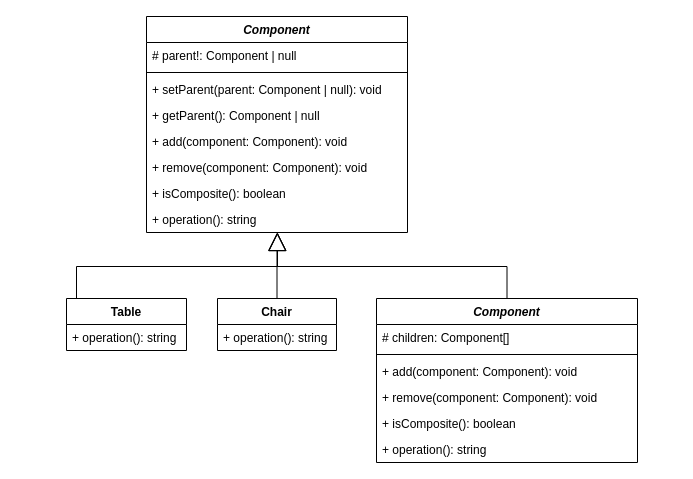
This is Patterns/Structural patterns/Composite/composite.drawio from MaksimPyatak/TS, a draw.io file, before an edit. Source tidied: cells renumbered, new cells numbered last; positions are measured from the earlier drawing's top-left corner, leaving out a move shared by most shapes. Both pictures are drawn from the tidied source at 100%, with x=0, y=0 at pixel (66, 16).
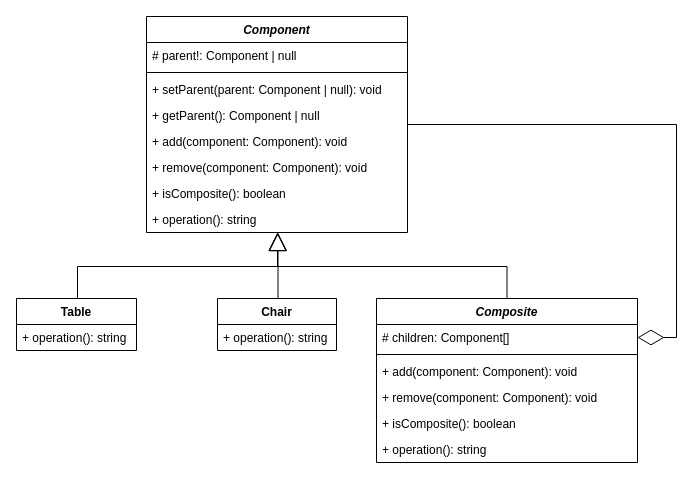
The same diagram, later.

The change refers to these unchanged cells:
```xml
<mxCell id="3" value="Component" style="swimlane;fontStyle=3;align=center;verticalAlign=top;horizontal=1;startSize=26;" parent="1" vertex="1">
  <mxGeometry x="80" width="261" height="216" as="geometry" />
</mxCell>
<mxCell id="14" value="Chair" style="swimlane;fontStyle=1;align=center;verticalAlign=top;horizontal=1;startSize=26;" parent="1" vertex="1">
  <mxGeometry x="151" y="282" width="119" height="52" as="geometry" />
</mxCell>
<mxCell id="17" value="# children: Component[]" style="text;strokeColor=none;fillColor=none;align=left;verticalAlign=top;spacingLeft=4;spacingRight=4;overflow=hidden;points=[[0,0.5],[1,0.5]];portConstraint=eastwest;" parent="16" vertex="1">
  <mxGeometry y="26" width="261" height="26" as="geometry" />
</mxCell>
```

What changed in the source:
```diff
@@
     <mxCell id="12" value="Table" style="swimlane;fontStyle=1;align=center;verticalAlign=top;horizontal=1;startSize=26;" parent="1" vertex="1">
-      <mxGeometry y="282" width="120" height="52" as="geometry" />
+      <mxGeometry x="-50" y="282" width="120" height="52" as="geometry" />
     </mxCell>
@@
-    <mxCell id="16" value="Component" style="swimlane;fontStyle=3;align=center;verticalAlign=top;horizontal=1;startSize=26;" parent="1" vertex="1">
+    <mxCell id="16" value="Composite" style="swimlane;fontStyle=3;align=center;verticalAlign=top;horizontal=1;startSize=26;" parent="1" vertex="1">
       <mxGeometry x="310" y="282" width="261" height="164" as="geometry" />
     </mxCell>
@@
-    <mxCell id="23" style="edgeStyle=orthogonalEdgeStyle;rounded=0;jettySize=auto;html=1;endArrow=block;endFill=0;endSize=16;" parent="1" edge="1" source="14" target="3">
-      <mxGeometry relative="1" as="geometry" />
+    <mxCell id="23" style="edgeStyle=orthogonalEdgeStyle;rounded=0;orthogonalLoop=1;jettySize=auto;html=1;endArrow=block;endFill=0;endSize=16;" parent="1" edge="1">
+      <mxGeometry relative="1" as="geometry">
+        <mxPoint x="211.5" y="282" as="sourcePoint" />
+        <mxPoint x="211.5" y="216" as="targetPoint" />
+      </mxGeometry>
     </mxCell>
-    <mxCell id="24" style="edgeStyle=orthogonalEdgeStyle;rounded=0;jettySize=auto;html=1;endArrow=block;endFill=0;endSize=16;" parent="1" edge="1" source="12" target="3">
+    <mxCell id="24" style="edgeStyle=orthogonalEdgeStyle;rounded=0;orthogonalLoop=1;jettySize=auto;html=1;endArrow=block;endFill=0;endSize=16;" parent="1" edge="1">
       <mxGeometry relative="1" as="geometry">
+        <mxPoint x="11" y="282" as="sourcePoint" />
+        <mxPoint x="211" y="216" as="targetPoint" />
         <Array as="points">
-          <mxPoint x="10" y="250" />
+          <mxPoint x="11" y="250" />
           <mxPoint x="211" y="250" />
         </Array>
       </mxGeometry>
     </mxCell>
+    <mxCell id="25" style="endArrow=diamondThin;endFill=0;endSize=24;html=1;rounded=0;edgeStyle=orthogonalEdgeStyle;" parent="1" edge="1" source="3" target="17">
+      <mxGeometry relative="1" as="geometry">
+        <Array as="points">
+          <mxPoint x="610" y="108" />
+          <mxPoint x="610" y="321" />
+        </Array>
+      </mxGeometry>
+    </mxCell>
```
